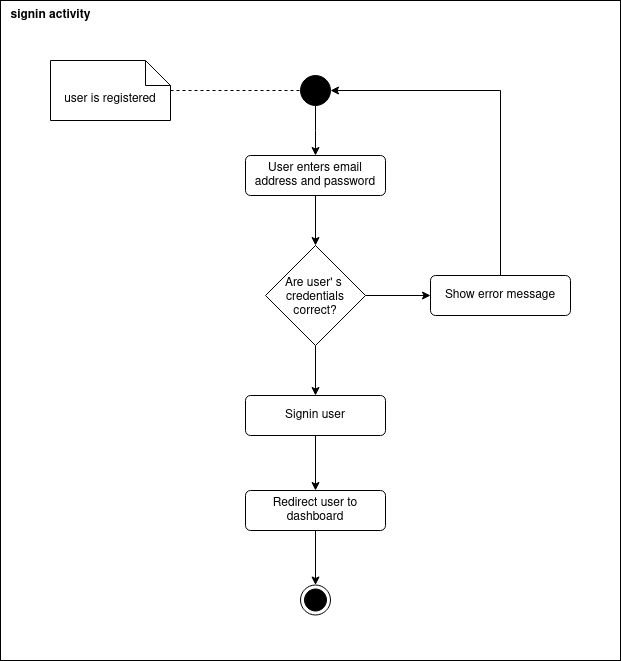
This is docs/uml/activity/dniwa-signin-activity.png from benjaminbolgrin/dniwa, a draw.io export, as it was before one commit. Source tidied: cells renumbered, new cells last; positions are measured from the earlier drawing's top-left corner, leaving out a move shared by most shapes. The source it was exported from:
```xml
<mxGraphModel>
  <root>
    <mxCell id="0" />
    <mxCell id="1" parent="0" />
    <mxCell id="2" style="rounded=0;whiteSpace=wrap;html=1;" parent="1" vertex="1">
      <mxGeometry width="620" height="660" as="geometry" />
    </mxCell>
    <mxCell id="3" value="&lt;div&gt;signin activity&lt;/div&gt;" style="text;html=1;align=center;verticalAlign=middle;strokeColor=none;fillColor=none;fontStyle=1;" parent="1" vertex="1">
      <mxGeometry width="100" height="30" as="geometry" />
    </mxCell>
    <mxCell id="4" style="edgeStyle=orthogonalEdgeStyle;rounded=0;jettySize=auto;html=1;" parent="1" edge="1" source="5">
      <mxGeometry relative="1" as="geometry">
        <mxPoint x="315" y="155" as="targetPoint" />
      </mxGeometry>
    </mxCell>
    <mxCell id="5" style="ellipse;fillColor=strokeColor;html=1;" parent="1" vertex="1">
      <mxGeometry x="300" y="75" width="30" height="30" as="geometry" />
    </mxCell>
    <mxCell id="6" style="edgeStyle=orthogonalEdgeStyle;rounded=0;jettySize=auto;html=1;entryX=0;entryY=0.5;entryDx=0;entryDy=0;dashed=1;endArrow=none;endFill=0;" parent="1" edge="1" source="7" target="5">
      <mxGeometry relative="1" as="geometry" />
    </mxCell>
    <mxCell id="7" value="user is registered" style="shape=note2;boundedLbl=1;whiteSpace=wrap;html=1;size=25;verticalAlign=top;align=center;" parent="1" vertex="1">
      <mxGeometry x="50" y="60" width="120" height="60" as="geometry" />
    </mxCell>
    <mxCell id="8" style="edgeStyle=orthogonalEdgeStyle;rounded=0;jettySize=auto;html=1;entryX=0.5;entryY=0;entryDx=0;entryDy=0;" parent="1" edge="1" source="9" target="12">
      <mxGeometry relative="1" as="geometry" />
    </mxCell>
    <mxCell id="9" value="User enters email address and password" style="html=1;align=center;verticalAlign=middle;rounded=1;absoluteArcSize=1;arcSize=10;dashed=0;whiteSpace=wrap;" parent="1" vertex="1">
      <mxGeometry x="245" y="155" width="140" height="40" as="geometry" />
    </mxCell>
    <mxCell id="10" style="edgeStyle=orthogonalEdgeStyle;rounded=0;jettySize=auto;html=1;entryX=0;entryY=0.5;entryDx=0;entryDy=0;" parent="1" edge="1" source="12" target="14">
      <mxGeometry relative="1" as="geometry" />
    </mxCell>
    <mxCell id="11" style="edgeStyle=orthogonalEdgeStyle;rounded=0;jettySize=auto;html=1;entryX=0.5;entryY=0;entryDx=0;entryDy=0;" parent="1" edge="1" source="12" target="16">
      <mxGeometry relative="1" as="geometry" />
    </mxCell>
    <mxCell id="12" value="Are user' s &#10;credentials&#10;correct?" style="rhombus;" parent="1" vertex="1">
      <mxGeometry x="265" y="245" width="100" height="100" as="geometry" />
    </mxCell>
    <mxCell id="13" style="edgeStyle=orthogonalEdgeStyle;rounded=0;jettySize=auto;html=1;entryX=1;entryY=0.5;entryDx=0;entryDy=0;" parent="1" edge="1" source="14" target="5">
      <mxGeometry relative="1" as="geometry">
        <Array as="points">
          <mxPoint x="500" y="90" />
        </Array>
      </mxGeometry>
    </mxCell>
    <mxCell id="14" value="Show error message" style="html=1;align=center;verticalAlign=middle;rounded=1;absoluteArcSize=1;arcSize=10;dashed=0;whiteSpace=wrap;" parent="1" vertex="1">
      <mxGeometry x="430" y="275" width="140" height="40" as="geometry" />
    </mxCell>
    <mxCell id="15" style="edgeStyle=orthogonalEdgeStyle;rounded=0;jettySize=auto;html=1;entryX=0.5;entryY=0;entryDx=0;entryDy=0;" parent="1" edge="1" source="16" target="18">
      <mxGeometry relative="1" as="geometry" />
    </mxCell>
    <mxCell id="16" value="Signin user" style="html=1;align=center;verticalAlign=middle;rounded=1;absoluteArcSize=1;arcSize=10;dashed=0;whiteSpace=wrap;" parent="1" vertex="1">
      <mxGeometry x="245" y="395" width="140" height="40" as="geometry" />
    </mxCell>
    <mxCell id="17" style="edgeStyle=orthogonalEdgeStyle;rounded=0;jettySize=auto;html=1;entryX=0.5;entryY=0;entryDx=0;entryDy=0;" parent="1" edge="1" source="18" target="19">
      <mxGeometry relative="1" as="geometry" />
    </mxCell>
    <mxCell id="18" value="Redirect user to dashboard" style="html=1;align=center;verticalAlign=middle;rounded=1;absoluteArcSize=1;arcSize=10;dashed=0;whiteSpace=wrap;" parent="1" vertex="1">
      <mxGeometry x="245" y="490" width="140" height="40" as="geometry" />
    </mxCell>
    <mxCell id="19" style="ellipse;html=1;shape=endState;fillColor=strokeColor;" parent="1" vertex="1">
      <mxGeometry x="300" y="584.5" width="30" height="30" as="geometry" />
    </mxCell>
  </root>
</mxGraphModel>
```
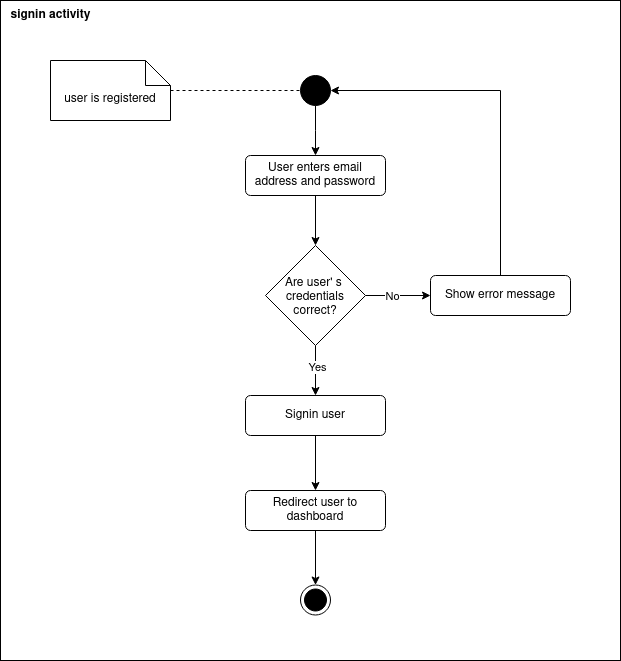
Later version of the same file.

Commit message:
docs: update uml diagram for the signin activity

Diff of the diagram source:
```diff
@@ -31,9 +31,15 @@
     <mxCell id="10" style="edgeStyle=orthogonalEdgeStyle;rounded=0;jettySize=auto;html=1;entryX=0;entryY=0.5;entryDx=0;entryDy=0;" parent="1" edge="1" source="12" target="14">
       <mxGeometry relative="1" as="geometry" />
     </mxCell>
+    <mxCell id="20" value="No" style="edgeLabel;html=1;align=center;verticalAlign=middle;" parent="10" vertex="1">
+      <mxGeometry x="-0.2" relative="1" as="geometry" />
+    </mxCell>
     <mxCell id="11" style="edgeStyle=orthogonalEdgeStyle;rounded=0;jettySize=auto;html=1;entryX=0.5;entryY=0;entryDx=0;entryDy=0;" parent="1" edge="1" source="12" target="16">
       <mxGeometry relative="1" as="geometry" />
     </mxCell>
+    <mxCell id="21" value="Yes" style="edgeLabel;html=1;align=center;verticalAlign=middle;" parent="11" vertex="1">
+      <mxGeometry x="-0.16" y="1" relative="1" as="geometry" />
+    </mxCell>
     <mxCell id="12" value="Are user' s &#10;credentials&#10;correct?" style="rhombus;" parent="1" vertex="1">
       <mxGeometry x="265" y="245" width="100" height="100" as="geometry" />
     </mxCell>
```
